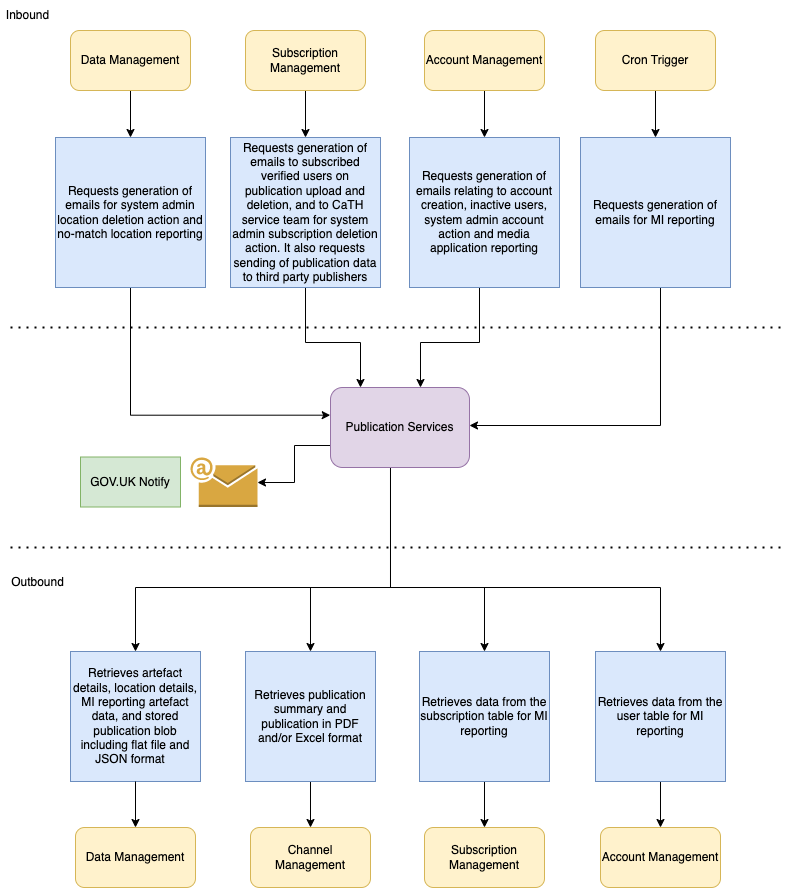
Before: publication-services-arch.png, a diagram exported from draw.io (hmcts/pip-publication-services). Source tidied: cells renumbered, new cells last; positions are measured from the earlier drawing's top-left corner, leaving out a move shared by most shapes.
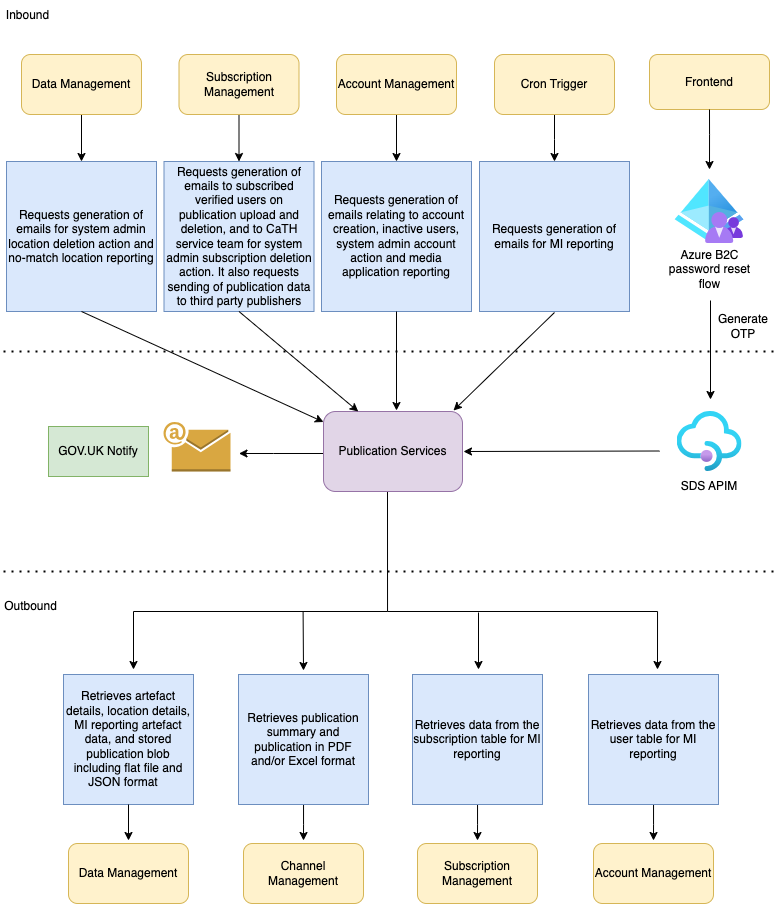
After the commit.

Change to the diagram source:
```diff
@@ -2,176 +2,223 @@
   <root>
     <mxCell id="0" />
     <mxCell id="1" parent="0" />
-    <mxCell id="2" style="edgeStyle=orthogonalEdgeStyle;rounded=0;jettySize=auto;html=1;" parent="1" edge="1" source="7" target="13">
-      <mxGeometry relative="1" as="geometry">
-        <Array as="points">
-          <mxPoint x="390" y="587" />
-          <mxPoint x="310" y="587" />
-        </Array>
-      </mxGeometry>
-    </mxCell>
-    <mxCell id="3" style="edgeStyle=orthogonalEdgeStyle;rounded=0;jettySize=auto;html=1;" parent="1" edge="1" source="7" target="37">
-      <mxGeometry relative="1" as="geometry">
-        <Array as="points">
-          <mxPoint x="390" y="587" />
-          <mxPoint x="484" y="587" />
-        </Array>
-      </mxGeometry>
-    </mxCell>
-    <mxCell id="4" style="edgeStyle=orthogonalEdgeStyle;rounded=0;jettySize=auto;html=1;" parent="1" edge="1" source="7" target="39">
+    <mxCell id="4" style="edgeStyle=orthogonalEdgeStyle;rounded=0;orthogonalLoop=1;jettySize=auto;html=1;" parent="1" edge="1">
       <mxGeometry relative="1" as="geometry">
+        <mxPoint x="394" y="456" as="sourcePoint" />
+        <mxPoint x="664" y="634" as="targetPoint" />
         <Array as="points">
-          <mxPoint x="390" y="587" />
-          <mxPoint x="660" y="587" />
+          <mxPoint x="394" y="576" />
+          <mxPoint x="664" y="576" />
         </Array>
       </mxGeometry>
     </mxCell>
-    <mxCell id="5" style="edgeStyle=orthogonalEdgeStyle;rounded=0;jettySize=auto;html=1;" parent="1" edge="1" source="7" target="11">
-      <mxGeometry relative="1" as="geometry">
-        <Array as="points">
-          <mxPoint x="390" y="587" />
-          <mxPoint x="135" y="587" />
-        </Array>
-      </mxGeometry>
-    </mxCell>
-    <mxCell id="6" style="edgeStyle=orthogonalEdgeStyle;rounded=0;jettySize=auto;html=1;" parent="1" edge="1" source="7" target="33">
+    <mxCell id="6" style="edgeStyle=orthogonalEdgeStyle;rounded=0;orthogonalLoop=1;jettySize=auto;html=1;" parent="1" edge="1">
       <mxGeometry relative="1" as="geometry">
+        <mxPoint x="330" y="418" as="sourcePoint" />
+        <mxPoint x="245.5" y="418" as="targetPoint" />
         <Array as="points">
-          <mxPoint x="294" y="445" />
-          <mxPoint x="294" y="482" />
+          <mxPoint x="280" y="418" />
+          <mxPoint x="280" y="418" />
         </Array>
       </mxGeometry>
     </mxCell>
     <mxCell id="7" value="Publication Services&lt;br&gt;" style="rounded=1;whiteSpace=wrap;html=1;fillColor=#e1d5e7;strokeColor=#9673a6;" parent="1" vertex="1">
-      <mxGeometry x="330" y="387" width="139" height="80" as="geometry" />
+      <mxGeometry x="330" y="376" width="139" height="80" as="geometry" />
     </mxCell>
     <mxCell id="8" value="GOV.UK Notify" style="rounded=0;whiteSpace=wrap;html=1;fillColor=#d5e8d4;strokeColor=#82b366;" parent="1" vertex="1">
-      <mxGeometry x="80" y="456.5" width="100" height="50" as="geometry" />
+      <mxGeometry x="55" y="391" width="100" height="50" as="geometry" />
     </mxCell>
     <mxCell id="9" value="Data Management" style="rounded=1;whiteSpace=wrap;html=1;fillColor=#fff2cc;strokeColor=#d6b656;" parent="1" vertex="1">
-      <mxGeometry x="75" y="827" width="120" height="60" as="geometry" />
+      <mxGeometry x="75" y="808" width="120" height="60" as="geometry" />
     </mxCell>
     <mxCell id="10" value="Channel Management" style="rounded=1;whiteSpace=wrap;html=1;fillColor=#fff2cc;strokeColor=#d6b656;" parent="1" vertex="1">
-      <mxGeometry x="250" y="827" width="120" height="60" as="geometry" />
+      <mxGeometry x="250" y="808" width="120" height="60" as="geometry" />
     </mxCell>
     <mxCell id="11" value="Retrieves artefact details, location details, MI reporting artefact data, and stored publication blob including flat file and JSON format&amp;nbsp; &amp;nbsp;" style="whiteSpace=wrap;html=1;fillColor=#dae8fc;strokeColor=#6c8ebf;" parent="1" vertex="1">
-      <mxGeometry x="70" y="651" width="130" height="130" as="geometry" />
+      <mxGeometry x="70" y="639" width="130" height="130" as="geometry" />
     </mxCell>
-    <mxCell id="12" style="edgeStyle=orthogonalEdgeStyle;rounded=0;jettySize=auto;html=1;entryX=0.5;entryY=0;entryDx=0;entryDy=0;" parent="1" edge="1" source="13" target="10">
-      <mxGeometry relative="1" as="geometry" />
+    <mxCell id="12" style="edgeStyle=orthogonalEdgeStyle;rounded=0;jettySize=auto;html=1;" parent="1" edge="1" source="13">
+      <mxGeometry relative="1" as="geometry">
+        <mxPoint x="310" y="805" as="targetPoint" />
+      </mxGeometry>
     </mxCell>
     <mxCell id="13" value="Retrieves publication summary and publication in PDF and/or Excel format" style="whiteSpace=wrap;html=1;fillColor=#dae8fc;strokeColor=#6c8ebf;" parent="1" vertex="1">
-      <mxGeometry x="245" y="651" width="130" height="130" as="geometry" />
+      <mxGeometry x="245" y="639" width="130" height="130" as="geometry" />
     </mxCell>
-    <mxCell id="14" style="endArrow=classic;html=1;rounded=0;exitX=0.5;exitY=1;exitDx=0;exitDy=0;entryX=0.5;entryY=0;entryDx=0;entryDy=0;" parent="1" edge="1" source="11" target="9">
-      <mxGeometry relative="1" as="geometry" />
+    <mxCell id="14" style="endArrow=classic;html=1;rounded=0;exitX=0.5;exitY=1;exitDx=0;exitDy=0;" parent="1" edge="1" source="11">
+      <mxGeometry relative="1" as="geometry">
+        <mxPoint x="135" y="805" as="targetPoint" />
+      </mxGeometry>
     </mxCell>
     <mxCell id="15" style="edgeStyle=orthogonalEdgeStyle;rounded=0;jettySize=auto;html=1;" parent="1" edge="1" source="16" target="18">
       <mxGeometry relative="1" as="geometry" />
     </mxCell>
     <mxCell id="16" value="Subscription Management" style="rounded=1;whiteSpace=wrap;html=1;fillColor=#fff2cc;strokeColor=#d6b656;" parent="1" vertex="1">
-      <mxGeometry x="245" y="30" width="120" height="60" as="geometry" />
+      <mxGeometry x="185.5" y="19" width="120" height="60" as="geometry" />
     </mxCell>
-    <mxCell id="17" style="edgeStyle=orthogonalEdgeStyle;rounded=0;jettySize=auto;html=1;" parent="1" edge="1" source="18">
-      <mxGeometry relative="1" as="geometry">
-        <mxPoint x="360" y="387" as="targetPoint" />
-        <Array as="points">
-          <mxPoint x="305" y="342" />
-          <mxPoint x="360" y="342" />
-        </Array>
-      </mxGeometry>
-    </mxCell>
     <mxCell id="18" value="Requests generation of emails to subscribed verified users on publication upload and deletion, and to CaTH service team for system admin subscription deletion action. It also requests sending of publication data to third party publishers" style="whiteSpace=wrap;html=1;fillColor=#dae8fc;strokeColor=#6c8ebf;" parent="1" vertex="1">
-      <mxGeometry x="230" y="137" width="150" height="150" as="geometry" />
+      <mxGeometry x="170.5" y="126" width="150" height="150" as="geometry" />
     </mxCell>
     <mxCell id="19" style="edgeStyle=orthogonalEdgeStyle;rounded=0;jettySize=auto;html=1;" parent="1" edge="1" source="20" target="22">
       <mxGeometry relative="1" as="geometry" />
     </mxCell>
     <mxCell id="20" value="Data Management" style="rounded=1;whiteSpace=wrap;html=1;fillColor=#fff2cc;strokeColor=#d6b656;" parent="1" vertex="1">
-      <mxGeometry x="70" y="30" width="120" height="60" as="geometry" />
+      <mxGeometry x="28" y="19" width="120" height="60" as="geometry" />
     </mxCell>
-    <mxCell id="21" style="edgeStyle=orthogonalEdgeStyle;rounded=0;jettySize=auto;html=1;entryX=-0.002;entryY=0.346;entryDx=0;entryDy=0;entryPerimeter=0;" parent="1" edge="1" source="22" target="7">
-      <mxGeometry relative="1" as="geometry">
-        <Array as="points">
-          <mxPoint x="130" y="415" />
-        </Array>
-      </mxGeometry>
-    </mxCell>
     <mxCell id="22" value="Requests generation of emails for system admin location&amp;nbsp;deletion action and no-match location reporting" style="whiteSpace=wrap;html=1;fillColor=#dae8fc;strokeColor=#6c8ebf;" parent="1" vertex="1">
-      <mxGeometry x="55" y="137" width="150" height="150" as="geometry" />
+      <mxGeometry x="13" y="126" width="150" height="150" as="geometry" />
     </mxCell>
     <mxCell id="23" style="edgeStyle=orthogonalEdgeStyle;rounded=0;jettySize=auto;html=1;" parent="1" edge="1" source="24" target="26">
-      <mxGeometry relative="1" as="geometry" />
+      <mxGeometry relative="1" as="geometry">
+        <Array as="points">
+          <mxPoint x="561" y="104" />
+          <mxPoint x="561" y="104" />
+        </Array>
+      </mxGeometry>
     </mxCell>
     <mxCell id="24" value="Cron Trigger" style="rounded=1;whiteSpace=wrap;html=1;fillColor=#fff2cc;strokeColor=#d6b656;" parent="1" vertex="1">
-      <mxGeometry x="595" y="30" width="120" height="60" as="geometry" />
+      <mxGeometry x="501" y="19" width="120" height="60" as="geometry" />
     </mxCell>
-    <mxCell id="25" style="edgeStyle=orthogonalEdgeStyle;rounded=0;jettySize=auto;html=1;" parent="1" edge="1" source="26" target="7">
-      <mxGeometry relative="1" as="geometry">
-        <Array as="points">
-          <mxPoint x="660" y="425" />
-        </Array>
-      </mxGeometry>
-    </mxCell>
     <mxCell id="26" value="Requests generation of emails for MI reporting" style="whiteSpace=wrap;html=1;fillColor=#dae8fc;strokeColor=#6c8ebf;" parent="1" vertex="1">
-      <mxGeometry x="580" y="137" width="150" height="150" as="geometry" />
+      <mxGeometry x="486" y="126" width="150" height="150" as="geometry" />
     </mxCell>
     <mxCell id="27" style="endArrow=none;dashed=1;html=1;dashPattern=1 3;strokeWidth=2;rounded=0;" parent="1" edge="1">
       <mxGeometry relative="1" as="geometry">
-        <mxPoint x="10" y="327" as="sourcePoint" />
-        <mxPoint x="785" y="327" as="targetPoint" />
+        <mxPoint x="10" y="316" as="sourcePoint" />
+        <mxPoint x="785" y="316" as="targetPoint" />
       </mxGeometry>
     </mxCell>
     <mxCell id="28" style="endArrow=none;dashed=1;html=1;dashPattern=1 3;strokeWidth=2;rounded=0;" parent="1" edge="1">
       <mxGeometry relative="1" as="geometry">
-        <mxPoint x="10" y="547" as="sourcePoint" />
-        <mxPoint x="783" y="547" as="targetPoint" />
+        <mxPoint x="10" y="536" as="sourcePoint" />
+        <mxPoint x="783" y="536" as="targetPoint" />
       </mxGeometry>
     </mxCell>
     <mxCell id="29" value="Outbound" style="text;html=1;strokeColor=none;fillColor=none;align=center;verticalAlign=middle;whiteSpace=wrap;rounded=0;" parent="1" vertex="1">
-      <mxGeometry x="10" y="567" width="55" height="30" as="geometry" />
+      <mxGeometry x="10" y="556" width="55" height="30" as="geometry" />
     </mxCell>
     <mxCell id="30" value="Inbound" style="text;html=1;strokeColor=none;fillColor=none;align=center;verticalAlign=middle;whiteSpace=wrap;rounded=0;" parent="1" vertex="1">
-      <mxGeometry width="55" height="30" as="geometry" />
+      <mxGeometry x="7" y="-35" width="55" height="30" as="geometry" />
     </mxCell>
     <mxCell id="31" value="Subscription Management" style="rounded=1;whiteSpace=wrap;html=1;fillColor=#fff2cc;strokeColor=#d6b656;" parent="1" vertex="1">
-      <mxGeometry x="424" y="827" width="120" height="60" as="geometry" />
+      <mxGeometry x="424" y="808" width="120" height="60" as="geometry" />
     </mxCell>
     <mxCell id="32" value="Account Management" style="rounded=1;whiteSpace=wrap;html=1;fillColor=#fff2cc;strokeColor=#d6b656;" parent="1" vertex="1">
-      <mxGeometry x="600" y="827" width="120" height="60" as="geometry" />
+      <mxGeometry x="600" y="808" width="120" height="60" as="geometry" />
     </mxCell>
     <mxCell id="33" style="outlineConnect=0;dashed=0;verticalLabelPosition=bottom;verticalAlign=top;align=center;html=1;shape=mxgraph.aws3.email;fillColor=#D9A741;gradientColor=none;" parent="1" vertex="1">
-      <mxGeometry x="190" y="457" width="67" height="49.5" as="geometry" />
+      <mxGeometry x="170" y="386.5" width="67" height="49.5" as="geometry" />
     </mxCell>
     <mxCell id="34" style="edgeStyle=orthogonalEdgeStyle;rounded=0;jettySize=auto;html=1;" parent="1" edge="1" source="35" target="41">
       <mxGeometry relative="1" as="geometry" />
     </mxCell>
     <mxCell id="35" value="Account Management" style="rounded=1;whiteSpace=wrap;html=1;fillColor=#fff2cc;strokeColor=#d6b656;" parent="1" vertex="1">
-      <mxGeometry x="424" y="30" width="120" height="60" as="geometry" />
+      <mxGeometry x="343" y="19" width="120" height="60" as="geometry" />
     </mxCell>
-    <mxCell id="36" style="edgeStyle=orthogonalEdgeStyle;rounded=0;jettySize=auto;html=1;entryX=0.5;entryY=0;entryDx=0;entryDy=0;" parent="1" edge="1" source="37" target="31">
-      <mxGeometry relative="1" as="geometry" />
+    <mxCell id="36" style="edgeStyle=orthogonalEdgeStyle;rounded=0;jettySize=auto;html=1;" parent="1" edge="1" source="37">
+      <mxGeometry relative="1" as="geometry">
+        <mxPoint x="484" y="805" as="targetPoint" />
+      </mxGeometry>
     </mxCell>
     <mxCell id="37" value="Retrieves data from the subscription table for MI reporting" style="whiteSpace=wrap;html=1;fillColor=#dae8fc;strokeColor=#6c8ebf;" parent="1" vertex="1">
-      <mxGeometry x="419" y="651" width="130" height="130" as="geometry" />
+      <mxGeometry x="419" y="639" width="130" height="130" as="geometry" />
     </mxCell>
-    <mxCell id="38" style="edgeStyle=orthogonalEdgeStyle;rounded=0;jettySize=auto;html=1;" parent="1" edge="1" source="39" target="32">
-      <mxGeometry relative="1" as="geometry" />
+    <mxCell id="38" style="edgeStyle=orthogonalEdgeStyle;rounded=0;jettySize=auto;html=1;" parent="1" edge="1" source="39">
+      <mxGeometry relative="1" as="geometry">
+        <mxPoint x="660" y="805" as="targetPoint" />
+      </mxGeometry>
     </mxCell>
     <mxCell id="39" value="Retrieves data from the user table for MI reporting" style="whiteSpace=wrap;html=1;fillColor=#dae8fc;strokeColor=#6c8ebf;" parent="1" vertex="1">
-      <mxGeometry x="595" y="651" width="130" height="130" as="geometry" />
+      <mxGeometry x="595" y="639" width="130" height="130" as="geometry" />
     </mxCell>
-    <mxCell id="40" style="edgeStyle=orthogonalEdgeStyle;rounded=0;jettySize=auto;html=1;" parent="1" edge="1" source="41">
-      <mxGeometry relative="1" as="geometry">
-        <mxPoint x="420" y="387" as="targetPoint" />
-        <Array as="points">
-          <mxPoint x="479" y="342" />
-          <mxPoint x="420" y="342" />
-        </Array>
-      </mxGeometry>
-    </mxCell>
     <mxCell id="41" value="Requests generation of emails relating to account creation, inactive users, system admin account action and media application reporting" style="whiteSpace=wrap;html=1;fillColor=#dae8fc;strokeColor=#6c8ebf;" parent="1" vertex="1">
-      <mxGeometry x="409" y="137" width="150" height="150" as="geometry" />
+      <mxGeometry x="328" y="126" width="150" height="150" as="geometry" />
     </mxCell>
+    <mxCell id="42" value="Frontend" style="rounded=1;whiteSpace=wrap;html=1;fillColor=#fff2cc;strokeColor=#d6b656;" parent="1" vertex="1">
+      <mxGeometry x="656" y="19" width="120" height="55" as="geometry" />
+    </mxCell>
+    <mxCell id="43" style="edgeStyle=orthogonalEdgeStyle;rounded=0;orthogonalLoop=1;jettySize=auto;html=1;exitX=0.5;exitY=1;exitDx=0;exitDy=0;" parent="1" edge="1">
+      <mxGeometry relative="1" as="geometry">
+        <mxPoint x="705" y="228" as="sourcePoint" />
+        <mxPoint x="705" y="228" as="targetPoint" />
+      </mxGeometry>
+    </mxCell>
+    <mxCell id="44" style="image;html=1;align=center;fontSize=12;image=img/lib/azure2/identity/Azure_AD_B2C.svg;" parent="1" vertex="1">
+      <mxGeometry x="681.5" y="144" width="69" height="64" as="geometry" />
+    </mxCell>
+    <mxCell id="45" style="image;html=1;align=center;fontSize=12;image=img/lib/azure2/integration/API_Management_Services.svg;" parent="1" vertex="1">
+      <mxGeometry x="683.5" y="376" width="65" height="60" as="geometry" />
+    </mxCell>
+    <mxCell id="46" value="Azure B2C password reset flow" style="text;html=1;strokeColor=none;fillColor=none;align=center;verticalAlign=middle;whiteSpace=wrap;rounded=0;" parent="1" vertex="1">
+      <mxGeometry x="673.5" y="219" width="85" height="30" as="geometry" />
+    </mxCell>
+    <mxCell id="47" style="edgeStyle=orthogonalEdgeStyle;rounded=0;orthogonalLoop=1;jettySize=auto;html=1;" parent="1" edge="1">
+      <mxGeometry relative="1" as="geometry">
+        <mxPoint x="716" y="74" as="sourcePoint" />
+        <mxPoint x="716" y="134" as="targetPoint" />
+        <Array as="points">
+          <mxPoint x="716" y="99" />
+          <mxPoint x="716" y="99" />
+        </Array>
+      </mxGeometry>
+    </mxCell>
+    <mxCell id="48" value="SDS APIM" style="text;html=1;strokeColor=none;fillColor=none;align=center;verticalAlign=middle;whiteSpace=wrap;rounded=0;" parent="1" vertex="1">
+      <mxGeometry x="666" y="436" width="100" height="30" as="geometry" />
+    </mxCell>
+    <mxCell id="49" style="endArrow=classic;html=1;rounded=0;" parent="1" edge="1">
+      <mxGeometry relative="1" as="geometry">
+        <mxPoint x="666" y="415.5" as="sourcePoint" />
+        <mxPoint x="470" y="416" as="targetPoint" />
+      </mxGeometry>
+    </mxCell>
+    <mxCell id="50" style="endArrow=classic;html=1;rounded=0;" parent="1" edge="1">
+      <mxGeometry relative="1" as="geometry">
+        <mxPoint x="485" y="577" as="sourcePoint" />
+        <mxPoint x="485" y="634" as="targetPoint" />
+      </mxGeometry>
+    </mxCell>
+    <mxCell id="51" style="endArrow=classic;html=1;rounded=0;" parent="1" edge="1">
+      <mxGeometry relative="1" as="geometry">
+        <mxPoint x="394" y="576" as="sourcePoint" />
+        <mxPoint x="140" y="634" as="targetPoint" />
+        <Array as="points">
+          <mxPoint x="140" y="576" />
+        </Array>
+      </mxGeometry>
+    </mxCell>
+    <mxCell id="52" style="endArrow=classic;html=1;rounded=0;" parent="1" edge="1">
+      <mxGeometry relative="1" as="geometry">
+        <mxPoint x="309.6" y="576" as="sourcePoint" />
+        <mxPoint x="310" y="635" as="targetPoint" />
+      </mxGeometry>
+    </mxCell>
+    <mxCell id="53" style="endArrow=classic;html=1;rounded=0;" parent="1" edge="1">
+      <mxGeometry relative="1" as="geometry">
+        <mxPoint x="717" y="265" as="sourcePoint" />
+        <mxPoint x="717" y="364" as="targetPoint" />
+      </mxGeometry>
+    </mxCell>
+    <mxCell id="54" value="Generate OTP" style="text;html=1;strokeColor=none;fillColor=none;align=center;verticalAlign=middle;whiteSpace=wrap;rounded=0;" parent="1" vertex="1">
+      <mxGeometry x="720" y="276" width="60" height="30" as="geometry" />
+    </mxCell>
+    <mxCell id="55" style="endArrow=classic;html=1;rounded=0;exitX=0.5;exitY=1;exitDx=0;exitDy=0;" parent="1" edge="1" source="41">
+      <mxGeometry relative="1" as="geometry">
+        <mxPoint x="403" y="375" as="targetPoint" />
+      </mxGeometry>
+    </mxCell>
+    <mxCell id="56" style="endArrow=classic;html=1;rounded=0;exitX=0.5;exitY=1;exitDx=0;exitDy=0;" parent="1" edge="1">
+      <mxGeometry relative="1" as="geometry">
+        <mxPoint x="561" y="277" as="sourcePoint" />
+        <mxPoint x="460" y="375" as="targetPoint" />
+      </mxGeometry>
+    </mxCell>
+    <mxCell id="57" style="endArrow=classic;html=1;rounded=0;exitX=0.5;exitY=1;exitDx=0;exitDy=0;entryX=0.25;entryY=0;entryDx=0;entryDy=0;" parent="1" edge="1" source="18" target="7">
+      <mxGeometry relative="1" as="geometry" />
+    </mxCell>
+    <mxCell id="58" style="endArrow=classic;html=1;rounded=0;exitX=0.5;exitY=1;exitDx=0;exitDy=0;" parent="1" edge="1" source="22">
+      <mxGeometry relative="1" as="geometry">
+        <mxPoint x="330" y="386.5" as="targetPoint" />
+      </mxGeometry>
+    </mxCell>
   </root>
 </mxGraphModel>
```
